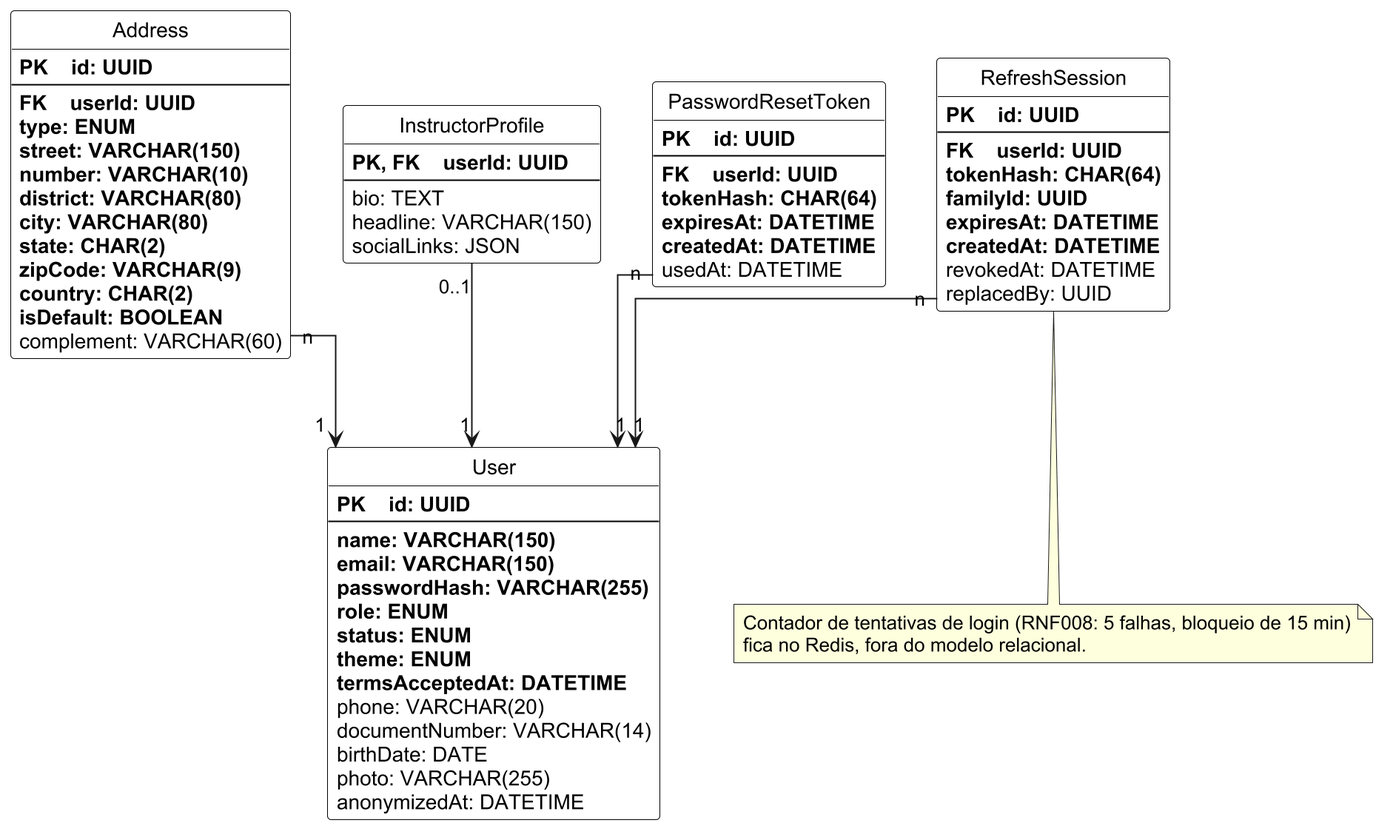
Above: especificacao/diagramas/12-modelo-de-dados-area-a.png in Plataforma-de-Cursos-TCC/plataforma-cursos-docs (PlantUML), before the change.
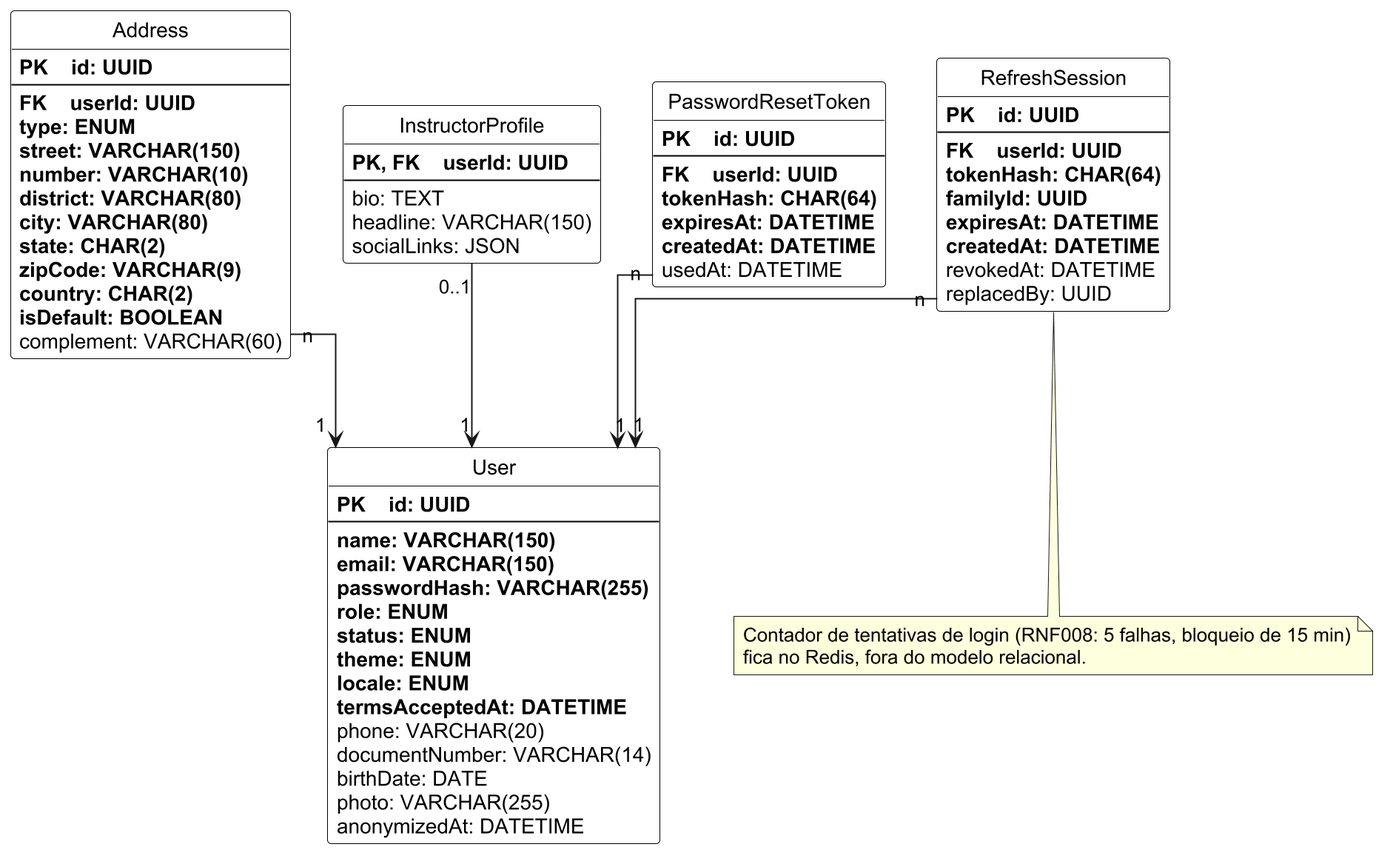
Above is the later version.

Commit message:
docs(item-12): add locale and align the TDD data model with Area A

Change to the diagram source:
```diff
@@ -19,6 +19,7 @@
   <b>role: ENUM</b>
   <b>status: ENUM</b>
   <b>theme: ENUM</b>
+  <b>locale: ENUM</b>
   <b>termsAcceptedAt: DATETIME</b>
   phone: VARCHAR(20)
   documentNumber: VARCHAR(14)
```
